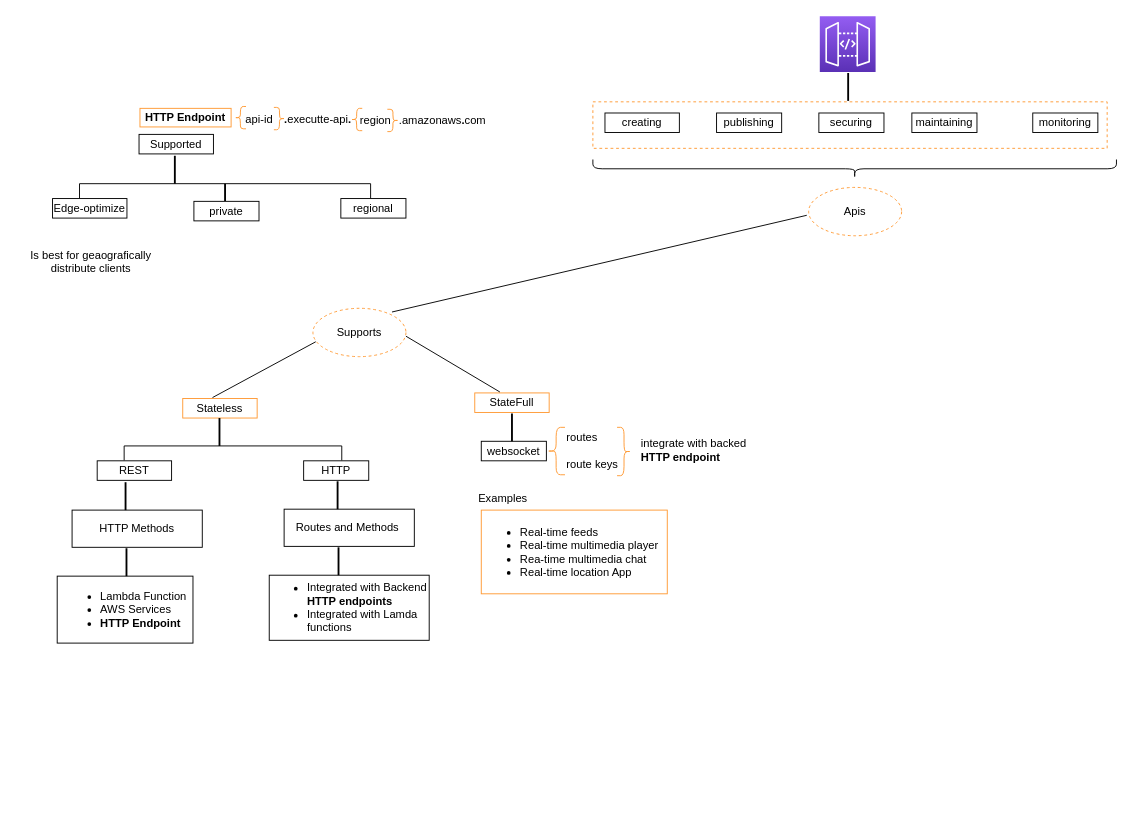
The draw.io diagram certification/apigateway/api_gateway.drawio in ldipotetjob/AWS, before the edit. Source tidied: cells renumbered, new cells numbered last; positions are measured from the earlier drawing's top-left corner, leaving out a move shared by most shapes. Both pictures are drawn from the tidied source at 93%, with x=0, y=0 at pixel (20, 16).
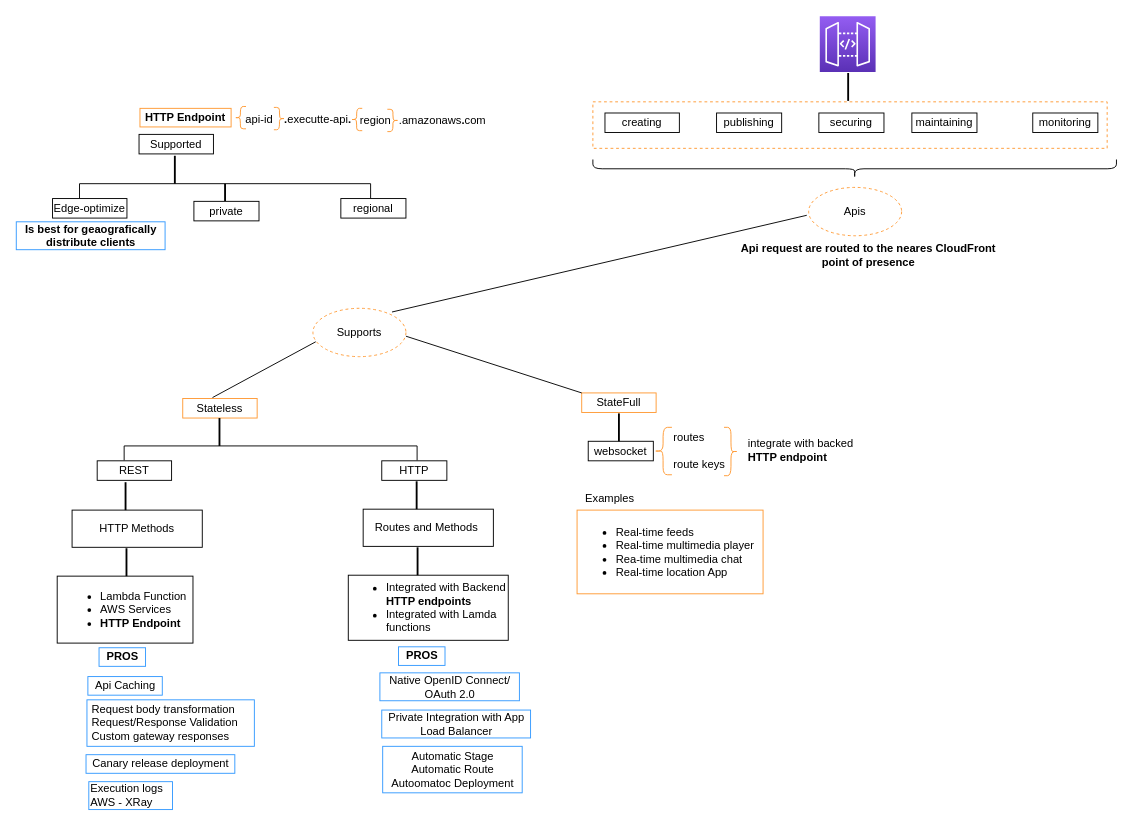
The same diagram, later.

Change to the diagram source:
```diff
@@
     <mxCell id="12" value="HTTP" style="rounded=0;whiteSpace=wrap;html=1;" parent="1" vertex="1">
-      <mxGeometry x="304" y="478" width="70" height="21" as="geometry" />
+      <mxGeometry x="388" y="478" width="70" height="21" as="geometry" />
     </mxCell>
     <mxCell id="13" value="Routes and Methods&amp;nbsp;" style="rounded=0;whiteSpace=wrap;html=1;" parent="1" vertex="1">
-      <mxGeometry x="283" y="530" width="140" height="40" as="geometry" />
+      <mxGeometry x="368" y="530" width="140" height="40" as="geometry" />
     </mxCell>
     <mxCell id="14" value="&lt;div style=&quot;text-align: left&quot;&gt;&lt;ul&gt;&lt;li&gt;Integrated with Backend &lt;b&gt;HTTP endpoints&lt;/b&gt;&lt;/li&gt;&lt;li&gt;&lt;span&gt;Integrated with Lamda functions&lt;/span&gt;&lt;/li&gt;&lt;/ul&gt;&lt;/div&gt;" style="rounded=0;whiteSpace=wrap;html=1;" parent="1" vertex="1">
-      <mxGeometry x="267" y="601" width="172" height="70" as="geometry" />
+      <mxGeometry x="352" y="601" width="172" height="70" as="geometry" />
     </mxCell>
     <mxCell id="15" value="websocket" style="rounded=0;whiteSpace=wrap;html=1;" parent="1" vertex="1">
-      <mxGeometry x="495" y="457" width="70" height="21" as="geometry" />
+      <mxGeometry x="610" y="457" width="70" height="21" as="geometry" />
     </mxCell>
@@
     <mxCell id="19" value="StateFull" style="rounded=0;whiteSpace=wrap;html=1;fillColor=none;strokeColor=#FF9933;" parent="1" vertex="1">
-      <mxGeometry x="488" y="405" width="80" height="21" as="geometry" />
+      <mxGeometry x="603" y="405" width="80" height="21" as="geometry" />
     </mxCell>
@@
     <mxCell id="21" style="shape=partialRectangle;whiteSpace=wrap;html=1;bottom=1;right=1;left=1;top=0;fillColor=none;routingCenterX=-0.5;rotation=-180;direction=east;" parent="1" vertex="1">
-      <mxGeometry x="111" y="462" width="234" height="15" as="geometry" />
+      <mxGeometry x="111" y="462" width="315" height="15" as="geometry" />
     </mxCell>
     <mxCell id="22" style="line;strokeWidth=2;direction=south;html=1;" parent="1" vertex="1">
-      <mxGeometry x="340" y="500" width="1" height="30" as="geometry" />
+      <mxGeometry x="425" y="500" width="1" height="30" as="geometry" />
     </mxCell>
     <mxCell id="23" style="line;strokeWidth=2;direction=south;html=1;" parent="1" vertex="1">
-      <mxGeometry x="341" y="571" width="1" height="30" as="geometry" />
+      <mxGeometry x="426" y="571" width="1" height="30" as="geometry" />
     </mxCell>
@@
-    <mxCell id="29" style="endArrow=none;html=1;rounded=0;" parent="1" edge="1">
+    <mxCell id="29" style="endArrow=none;html=1;rounded=0;entryX=0;entryY=0;entryDx=0;entryDy=0;" parent="1" edge="1" target="19">
       <mxGeometry relative="1" as="geometry">
         <mxPoint x="414" y="344" as="sourcePoint" />
-        <mxPoint x="515" y="404" as="targetPoint" />
       </mxGeometry>
     </mxCell>
     <mxCell id="30" style="line;strokeWidth=2;direction=south;html=1;" parent="1" vertex="1">
-      <mxGeometry x="527.5" y="427" width="1" height="30" as="geometry" />
+      <mxGeometry x="642.5" y="427" width="1" height="30" as="geometry" />
     </mxCell>
     <mxCell id="31" style="shape=curlyBracket;whiteSpace=wrap;html=1;rounded=1;strokeColor=#FF9933;fillColor=none;" parent="1" vertex="1">
-      <mxGeometry x="566" y="442" width="19" height="51" as="geometry" />
+      <mxGeometry x="681" y="442" width="19" height="51" as="geometry" />
     </mxCell>
     <mxCell id="32" style="shape=curlyBracket;whiteSpace=wrap;html=1;rounded=1;strokeColor=#FF9933;fillColor=none;rotation=-180;" parent="1" vertex="1">
-      <mxGeometry x="641" y="442" width="15" height="52" as="geometry" />
+      <mxGeometry x="756" y="442" width="15" height="52" as="geometry" />
     </mxCell>
     <mxCell id="33" value="routes&lt;br&gt;&lt;br&gt;route keys" style="text;html=1;align=left;verticalAlign=middle;strokeColor=none;fillColor=none;" parent="1" vertex="1">
-      <mxGeometry x="585" y="442" width="70" height="50" as="geometry" />
+      <mxGeometry x="700" y="442" width="70" height="50" as="geometry" />
     </mxCell>
     <mxCell id="34" value="integrate with backed &lt;br&gt;&lt;b&gt;HTTP endpoint&lt;/b&gt;" style="text;html=1;align=left;verticalAlign=middle;strokeColor=none;fillColor=none;" parent="1" vertex="1">
-      <mxGeometry x="665" y="452" width="130" height="30" as="geometry" />
+      <mxGeometry x="780" y="452" width="130" height="30" as="geometry" />
     </mxCell>
     <mxCell id="35" value="&lt;ul&gt;&lt;li&gt;Real-time feeds&lt;/li&gt;&lt;li&gt;Real-time multimedia player&lt;/li&gt;&lt;li&gt;Rea-time multimedia chat&lt;/li&gt;&lt;li&gt;Real-time location App&lt;/li&gt;&lt;/ul&gt;" style="text;html=1;align=left;verticalAlign=middle;strokeColor=#FF9933;fillColor=none;" parent="1" vertex="1">
-      <mxGeometry x="495" y="531" width="200" height="90" as="geometry" />
+      <mxGeometry x="598" y="531" width="200" height="90" as="geometry" />
     </mxCell>
     <mxCell id="36" value="Examples" style="text;html=1;align=center;verticalAlign=middle;strokeColor=none;fillColor=none;" parent="1" vertex="1">
-      <mxGeometry x="483" y="509" width="70" height="20" as="geometry" />
+      <mxGeometry x="598" y="509" width="70" height="20" as="geometry" />
     </mxCell>
@@
-    <mxCell id="54" value="Is best for geaografically&lt;br&gt;distribute clients" style="text;html=1;align=center;verticalAlign=middle;strokeColor=none;fillColor=none;flipV=1;flipH=1;" parent="1" vertex="1">
-      <mxGeometry y="249" width="150" height="30" as="geometry" />
+    <mxCell id="54" value="&lt;b&gt;Is best for geaografically&lt;br&gt;distribute clients&lt;/b&gt;" style="text;html=1;align=center;verticalAlign=middle;strokeColor=#3399FF;fillColor=none;flipV=1;flipH=1;" parent="1" vertex="1">
+      <mxGeometry x="-5" y="221" width="160" height="30" as="geometry" />
     </mxCell>
+    <mxCell id="55" value="Api request are routed to the neares CloudFront &lt;br&gt;point of presence" style="text;html=1;align=center;verticalAlign=middle;strokeColor=none;fillColor=none;fontStyle=1;" parent="1" vertex="1">
+      <mxGeometry x="766" y="242" width="290" height="30" as="geometry" />
+    </mxCell>
+    <mxCell id="56" value="&lt;b&gt;PROS&lt;/b&gt;" style="text;html=1;align=center;verticalAlign=middle;strokeColor=#3399FF;fillColor=none;flipV=1;flipH=1;" parent="1" vertex="1">
+      <mxGeometry x="84" y="679" width="50" height="20" as="geometry" />
+    </mxCell>
+    <mxCell id="57" value="&lt;b&gt;PROS&lt;/b&gt;" style="text;html=1;align=center;verticalAlign=middle;strokeColor=#3399FF;fillColor=none;flipV=1;flipH=1;" parent="1" vertex="1">
+      <mxGeometry x="406" y="678" width="50" height="20" as="geometry" />
+    </mxCell>
+    <mxCell id="58" value="Api Caching" style="text;html=1;align=center;verticalAlign=middle;strokeColor=#3399FF;fillColor=none;" parent="1" vertex="1">
+      <mxGeometry x="72" y="710" width="80" height="20" as="geometry" />
+    </mxCell>
+    <mxCell id="59" value="&lt;span style=&quot;background-color: initial;&quot;&gt;&amp;nbsp;Request body transformation&lt;/span&gt;&lt;br&gt;&lt;span style=&quot;background-color: initial;&quot;&gt;&amp;nbsp;Request/Response Validation&lt;/span&gt;&lt;br&gt;&lt;span style=&quot;background-color: initial;&quot;&gt;&amp;nbsp;Custom gateway responses&amp;nbsp;&lt;/span&gt;" style="text;html=1;align=left;verticalAlign=middle;strokeColor=#3399FF;fillColor=none;" parent="1" vertex="1">
+      <mxGeometry x="71" y="735" width="180" height="50" as="geometry" />
+    </mxCell>
+    <mxCell id="60" value="Canary release deployment&lt;br&gt;" style="text;html=1;align=center;verticalAlign=middle;strokeColor=#3399FF;fillColor=none;" parent="1" vertex="1">
+      <mxGeometry x="70" y="794" width="160" height="20" as="geometry" />
+    </mxCell>
+    <mxCell id="61" value="Execution logs&lt;br&gt;AWS - XRay" style="text;html=1;align=left;verticalAlign=middle;strokeColor=#3399FF;fillColor=none;" parent="1" vertex="1">
+      <mxGeometry x="73" y="823" width="90" height="30" as="geometry" />
+    </mxCell>
+    <mxCell id="62" value="Native OpenID Connect/ &lt;br&gt;OAuth 2.0" style="text;html=1;align=center;verticalAlign=middle;strokeColor=#3399FF;fillColor=none;" parent="1" vertex="1">
+      <mxGeometry x="386" y="706" width="150" height="30" as="geometry" />
+    </mxCell>
+    <mxCell id="63" value="Private Integration with App &lt;br&gt;Load Balancer" style="text;html=1;align=center;verticalAlign=middle;strokeColor=#3399FF;fillColor=none;" parent="1" vertex="1">
+      <mxGeometry x="388" y="746" width="160" height="30" as="geometry" />
+    </mxCell>
+    <mxCell id="64" value="Automatic Stage&lt;br&gt;Automatic Route&lt;br&gt;Autoomatoc Deployment" style="text;html=1;align=center;verticalAlign=middle;strokeColor=#3399FF;fillColor=none;" parent="1" vertex="1">
+      <mxGeometry x="389" y="785" width="150" height="50" as="geometry" />
+    </mxCell>
```
